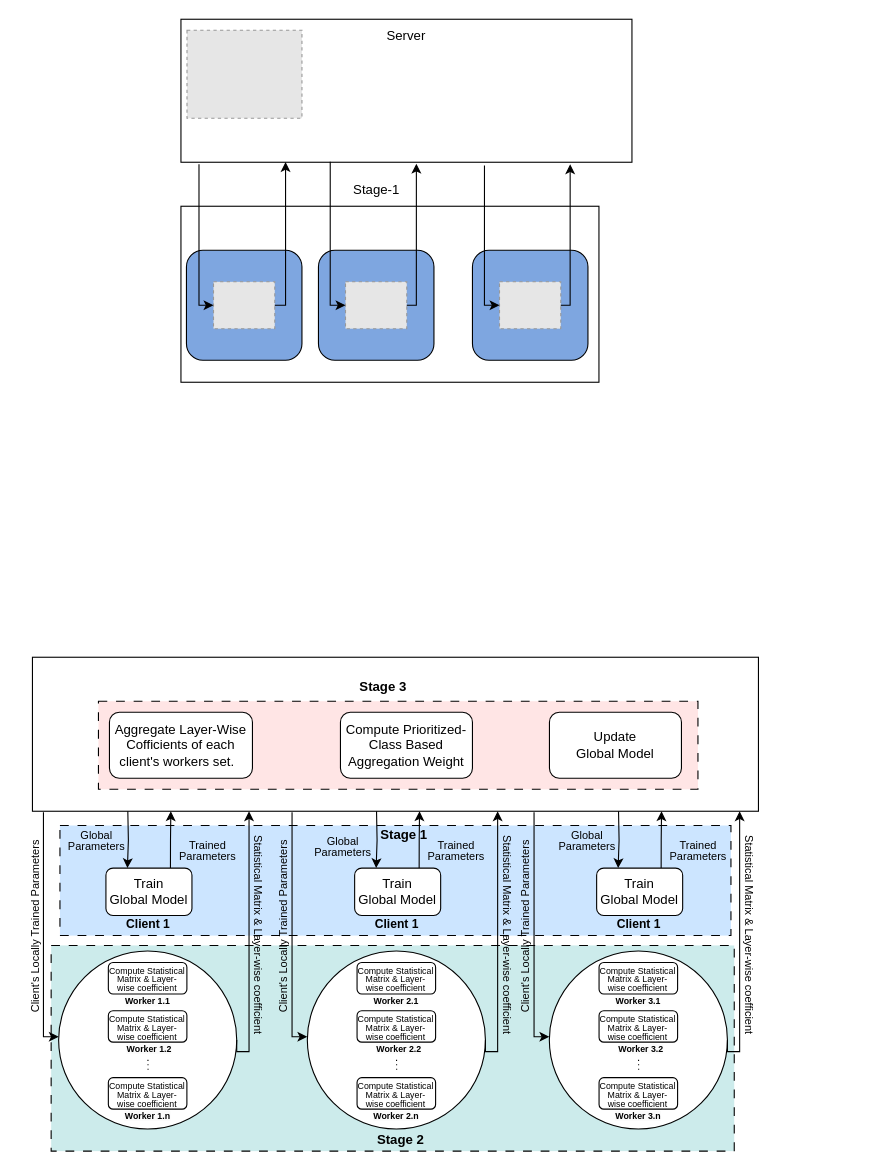
Earlier version of the draw.io diagram FedSat_FrameWork_Design.drawio (sujit880/Plotting_Graphs). Source tidied: cells renumbered, new cells numbered last; positions are measured from the earlier drawing's top-left corner, leaving out a move shared by most shapes. Both pictures are drawn from the tidied source at 110%, with x=0, y=0 at pixel (-63, 19). Pictures stored in the file or linked from it are replaced by grey dashed boxes.
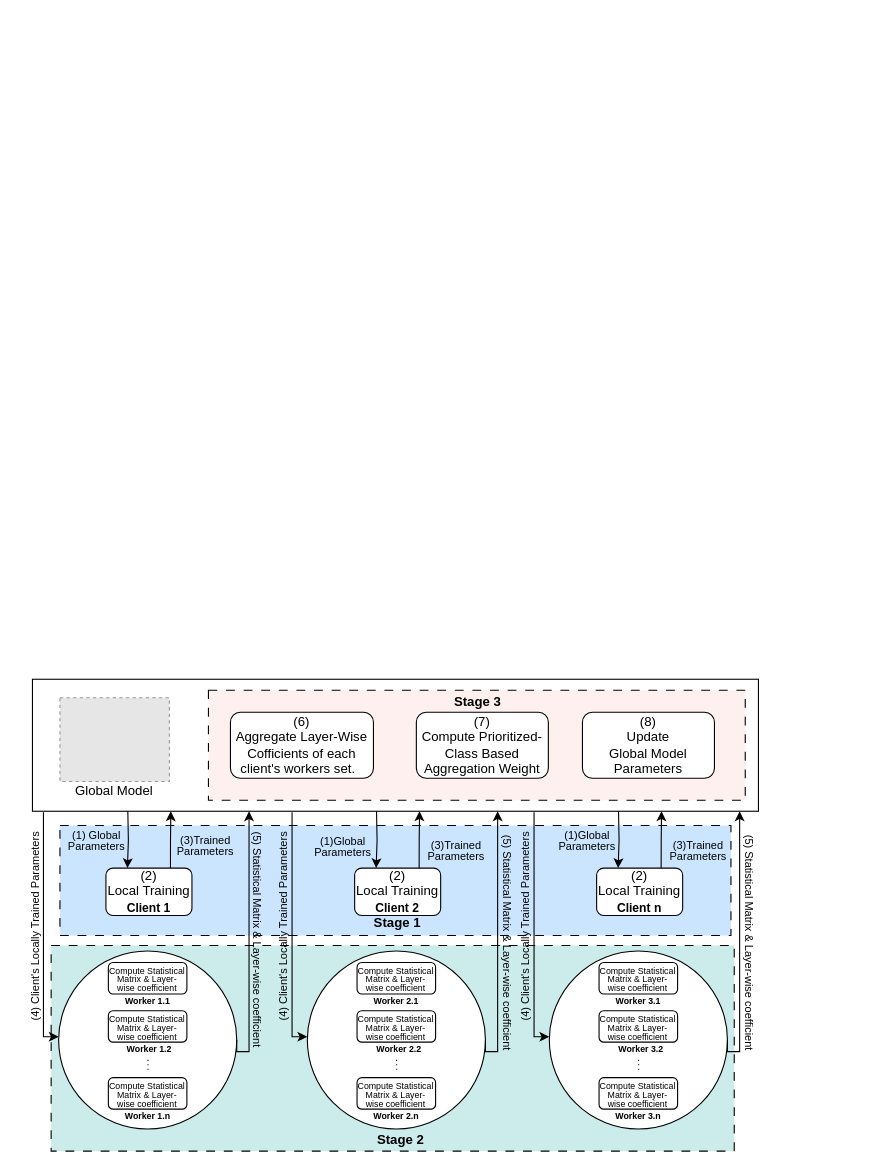
After the change.

The change refers to these unchanged cells:
```xml
<mxCell id="24" style="group;fontStyle=4;" parent="23" vertex="1">
  <mxGeometry x="23.8" width="185.8" height="310" as="geometry" />
</mxCell>
```

What changed in the source:
```diff
@@
-    <mxCell id="3" style="group;" parent="1" vertex="1">
-      <mxGeometry x="221" width="435" height="450" as="geometry" />
-    </mxCell>
-    <mxCell id="4" style="rounded=0;whiteSpace=wrap;html=1;" parent="3" vertex="1">
-      <mxGeometry width="410" height="130" as="geometry" />
-    </mxCell>
-    <mxCell id="5" value="Server" style="text;html=1;align=center;verticalAlign=middle;whiteSpace=wrap;rounded=0;" parent="3" vertex="1">
-      <mxGeometry x="175" width="60" height="30" as="geometry" />
-    </mxCell>
-    <mxCell id="6" style="rounded=0;whiteSpace=wrap;html=1;" parent="3" vertex="1">
-      <mxGeometry y="170" width="380" height="160" as="geometry" />
-    </mxCell>
-    <mxCell id="7" value="Stage-1" style="text;html=1;align=center;verticalAlign=middle;whiteSpace=wrap;rounded=0;" parent="3" vertex="1">
-      <mxGeometry x="147.5" y="140" width="60" height="30" as="geometry" />
-    </mxCell>
-    <mxCell id="8" style="rounded=1;whiteSpace=wrap;html=1;fillColor=#7EA6E0;" parent="3" vertex="1">
-      <mxGeometry x="5" y="210" width="105" height="100" as="geometry" />
-    </mxCell>
-    <mxCell id="9" style="rounded=1;whiteSpace=wrap;html=1;fillColor=#7EA6E0;" parent="3" vertex="1">
-      <mxGeometry x="125" y="210" width="105" height="100" as="geometry" />
-    </mxCell>
-    <mxCell id="10" style="rounded=1;whiteSpace=wrap;html=1;fillColor=#7EA6E0;" parent="3" vertex="1">
-      <mxGeometry x="265" y="210" width="105" height="100" as="geometry" />
-    </mxCell>
-    <mxCell id="11" style="fillColor=#E6E6E6;strokeColor=#999999;dashed=1;verticalLabelPosition=bottom;labelBackgroundColor=default;verticalAlign=top;" parent="3" vertex="1">
-      <mxGeometry x="29.6" y="238.7" width="55.7" height="42.6" as="geometry" />
-    </mxCell>
-    <mxCell id="12" style="fillColor=#E6E6E6;strokeColor=#999999;dashed=1;verticalLabelPosition=bottom;labelBackgroundColor=default;verticalAlign=top;" parent="3" vertex="1">
-      <mxGeometry x="149.6" y="238.7" width="55.7" height="42.6" as="geometry" />
-    </mxCell>
-    <mxCell id="13" style="fillColor=#E6E6E6;strokeColor=#999999;dashed=1;verticalLabelPosition=bottom;labelBackgroundColor=default;verticalAlign=top;" parent="3" vertex="1">
-      <mxGeometry x="289.6" y="238.7" width="55.7" height="42.6" as="geometry" />
-    </mxCell>
-    <mxCell id="14" style="edgeStyle=orthogonalEdgeStyle;rounded=0;jettySize=auto;html=1;exitX=1;exitY=0.5;exitDx=0;exitDy=0;entryX=0.261;entryY=0.304;entryDx=0;entryDy=0;entryPerimeter=0;" parent="3" edge="1" source="11">
-      <mxGeometry relative="1" as="geometry">
-        <mxPoint x="95.1" y="129.8" as="targetPoint" />
-        <Array as="points">
-          <mxPoint x="95" y="260" />
-        </Array>
-      </mxGeometry>
-    </mxCell>
-    <mxCell id="15" style="edgeStyle=orthogonalEdgeStyle;rounded=0;jettySize=auto;html=1;entryX=0;entryY=0.5;entryDx=0;entryDy=0;exitX=0.04;exitY=1.014;exitDx=0;exitDy=0;exitPerimeter=0;" parent="3" edge="1" source="4" target="11">
-      <mxGeometry relative="1" as="geometry">
-        <Array as="points">
-          <mxPoint x="16" y="260" />
-        </Array>
-      </mxGeometry>
-    </mxCell>
-    <mxCell id="16" style="edgeStyle=orthogonalEdgeStyle;rounded=0;jettySize=auto;html=1;exitX=0.331;exitY=0.997;exitDx=0;exitDy=0;entryX=0;entryY=0.5;entryDx=0;entryDy=0;exitPerimeter=0;" parent="3" edge="1" source="4" target="12">
-      <mxGeometry relative="1" as="geometry">
-        <Array as="points">
-          <mxPoint x="135" y="130" />
-          <mxPoint x="135" y="260" />
-        </Array>
-      </mxGeometry>
-    </mxCell>
-    <mxCell id="17" style="edgeStyle=orthogonalEdgeStyle;rounded=0;jettySize=auto;html=1;exitX=0.673;exitY=1.022;exitDx=0;exitDy=0;entryX=0;entryY=0.5;entryDx=0;entryDy=0;exitPerimeter=0;" parent="3" edge="1" source="4" target="13">
-      <mxGeometry relative="1" as="geometry">
-        <Array as="points">
-          <mxPoint x="275" y="133" />
-          <mxPoint x="275" y="260" />
-        </Array>
-      </mxGeometry>
-    </mxCell>
-    <mxCell id="18" style="fillColor=#E6E6E6;strokeColor=#999999;dashed=1;verticalLabelPosition=bottom;labelBackgroundColor=default;verticalAlign=top;" parent="3" vertex="1">
-      <mxGeometry x="5.5" y="10" width="104.5" height="80" as="geometry" />
-    </mxCell>
-    <mxCell id="19" style="edgeStyle=orthogonalEdgeStyle;rounded=0;jettySize=auto;html=1;exitX=1;exitY=0.5;exitDx=0;exitDy=0;entryX=0.522;entryY=1.01;entryDx=0;entryDy=0;entryPerimeter=0;" parent="3" edge="1" source="12" target="4">
-      <mxGeometry relative="1" as="geometry">
-        <Array as="points">
-          <mxPoint x="214" y="260" />
-        </Array>
-      </mxGeometry>
-    </mxCell>
-    <mxCell id="20" style="edgeStyle=orthogonalEdgeStyle;rounded=0;jettySize=auto;html=1;exitX=1;exitY=0.5;exitDx=0;exitDy=0;entryX=0.863;entryY=1.014;entryDx=0;entryDy=0;entryPerimeter=0;" parent="3" edge="1" source="13" target="4">
-      <mxGeometry relative="1" as="geometry">
-        <Array as="points">
-          <mxPoint x="354" y="260" />
-        </Array>
-      </mxGeometry>
-    </mxCell>
     <mxCell id="21" style="rounded=0;whiteSpace=wrap;html=1;" parent="1" vertex="1">
-      <mxGeometry x="86" y="580" width="660" height="140" as="geometry" />
+      <mxGeometry x="86" y="600" width="660" height="120" as="geometry" />
     </mxCell>
@@
     <mxCell id="23" style="group;" parent="1" vertex="1">
-      <mxGeometry x="93.3" y="720" width="233.5" height="310" as="geometry" />
+      <mxGeometry x="93.3" y="720" width="298.6" height="310" as="geometry" />
     </mxCell>
@@
-    <mxCell id="36" value="Train&lt;br&gt;Global Model" style="rounded=1;whiteSpace=wrap;html=1;" parent="24" vertex="1">
+    <mxCell id="36" value="&lt;div&gt;(2)&lt;/div&gt;Local Training&lt;div&gt;&lt;b style=&quot;font-size: 11px;&quot;&gt;Client 1&lt;/b&gt;&lt;br&gt;&lt;/div&gt;" style="rounded=1;whiteSpace=wrap;html=1;" parent="24" vertex="1">
       <mxGeometry x="35.7" y="51.7" width="78.2" height="43.1" as="geometry" />
     </mxCell>
@@
-    <mxCell id="38" value="&lt;p style=&quot;line-height: 70%;&quot;&gt;&lt;font style=&quot;font-size: 10px;&quot;&gt;Global Parameters&lt;/font&gt;&lt;/p&gt;" style="text;html=1;align=center;verticalAlign=middle;whiteSpace=wrap;rounded=0;" parent="24" vertex="1">
+    <mxCell id="38" value="&lt;p style=&quot;line-height: 70%;&quot;&gt;&lt;font style=&quot;font-size: 10px;&quot;&gt;(1)&amp;nbsp;&lt;/font&gt;&lt;span style=&quot;font-size: 10px; background-color: initial;&quot;&gt;Global Parameters&lt;/span&gt;&lt;/p&gt;" style="text;html=1;align=center;verticalAlign=middle;whiteSpace=wrap;rounded=0;" parent="24" vertex="1">
       <mxGeometry x="-2.4" y="10.8" width="58.7" height="32.3" as="geometry" />
     </mxCell>
-    <mxCell id="39" value="&lt;p style=&quot;line-height: 70%;&quot;&gt;&lt;font style=&quot;font-size: 10px;&quot;&gt;Trained Parameters&lt;/font&gt;&lt;/p&gt;" style="text;html=1;align=center;verticalAlign=middle;whiteSpace=wrap;rounded=0;" parent="24" vertex="1">
-      <mxGeometry x="99.3" y="19.4" width="58.7" height="32.3" as="geometry" />
+    <mxCell id="39" value="&lt;p style=&quot;line-height: 70%;&quot;&gt;&lt;font style=&quot;font-size: 10px;&quot;&gt;(3)Trained Parameters&lt;/font&gt;&lt;/p&gt;" style="text;html=1;align=center;verticalAlign=middle;whiteSpace=wrap;rounded=0;" parent="24" vertex="1">
+      <mxGeometry x="97.3" y="14.4" width="58.7" height="32.3" as="geometry" />
     </mxCell>
-    <mxCell id="40" value="&lt;font style=&quot;font-size: 11px;&quot;&gt;&lt;b&gt;Client 1&lt;/b&gt;&lt;/font&gt;" style="text;html=1;align=center;verticalAlign=middle;whiteSpace=wrap;rounded=0;" parent="24" vertex="1">
-      <mxGeometry x="48.3" y="88" width="53.1" height="30" as="geometry" />
-    </mxCell>
-    <mxCell id="41" value="&lt;font style=&quot;font-size: 10px;&quot;&gt;Client's Locally Trained Parameters&lt;/font&gt;" style="text;html=1;align=center;verticalAlign=middle;whiteSpace=wrap;rounded=0;rotation=270;" parent="23" vertex="1">
+    <mxCell id="41" value="&lt;font style=&quot;font-size: 10px;&quot;&gt;(4) Client's Locally Trained Parameters&lt;/font&gt;" style="text;html=1;align=center;verticalAlign=middle;whiteSpace=wrap;rounded=0;rotation=270;" parent="23" vertex="1">
       <mxGeometry x="-93.5" y="90" width="176.9" height="30" as="geometry" />
     </mxCell>
-    <mxCell id="42" value="&lt;font style=&quot;font-size: 10px;&quot;&gt;&lt;font style=&quot;&quot;&gt;Statistical Matrix &amp;amp;&amp;nbsp;&lt;/font&gt;&lt;span style=&quot;background-color: initial;&quot;&gt;Layer-wise coefficient&lt;/span&gt;&lt;/font&gt;" style="text;html=1;align=center;verticalAlign=middle;whiteSpace=wrap;rounded=0;rotation=90;" parent="23" vertex="1">
-      <mxGeometry x="102.6" y="97.4" width="191.7" height="30" as="geometry" />
+    <mxCell id="42" value="&lt;font style=&quot;font-size: 10px;&quot;&gt;&lt;font style=&quot;&quot;&gt;(5) Statistical Matrix &amp;amp;&amp;nbsp;&lt;/font&gt;&lt;span style=&quot;background-color: initial;&quot;&gt;Layer-wise coefficient&lt;/span&gt;&lt;/font&gt;" style="text;html=1;align=center;verticalAlign=middle;whiteSpace=wrap;rounded=0;rotation=90;" parent="23" vertex="1">
+      <mxGeometry x="98.3" y="101.7" width="200.2" height="30" as="geometry" />
     </mxCell>
@@
-    <mxCell id="45" style="rounded=0;whiteSpace=wrap;html=1;dashed=1;dashPattern=8 8;fillColor=#FFCCCC;fillOpacity=50;" parent="1" vertex="1">
-      <mxGeometry x="146" y="620" width="545" height="80" as="geometry" />
+    <mxCell id="45" style="rounded=0;whiteSpace=wrap;html=1;dashed=1;dashPattern=8 8;fillColor=#FFCCCC;fillOpacity=30;strokeOpacity=100;" parent="1" vertex="1">
+      <mxGeometry x="246" y="610" width="488" height="100" as="geometry" />
     </mxCell>
     <mxCell id="46" style="group;strokeOpacity=100;" parent="1" vertex="1">
-      <mxGeometry x="299.3" y="720" width="233.5" height="288.9" as="geometry" />
+      <mxGeometry x="299.3" y="720" width="322.2" height="288.9" as="geometry" />
     </mxCell>
@@
-    <mxCell id="57" value="Train&lt;br&gt;Global Model" style="rounded=1;whiteSpace=wrap;html=1;" parent="46" vertex="1">
+    <mxCell id="57" value="&lt;div&gt;(2)&lt;/div&gt;Local Training&lt;div&gt;&lt;b style=&quot;font-size: 11px;&quot;&gt;Client 2&lt;/b&gt;&lt;/div&gt;" style="rounded=1;whiteSpace=wrap;html=1;" parent="46" vertex="1">
       <mxGeometry x="79.6" y="51.7" width="78.2" height="43.1" as="geometry" />
     </mxCell>
@@
-    <mxCell id="59" value="&lt;p style=&quot;line-height: 70%;&quot;&gt;&lt;font style=&quot;font-size: 10px;&quot;&gt;Global Parameters&lt;/font&gt;&lt;/p&gt;" style="text;html=1;align=center;verticalAlign=middle;whiteSpace=wrap;rounded=0;" parent="46" vertex="1">
+    <mxCell id="59" value="&lt;p style=&quot;line-height: 70%;&quot;&gt;&lt;font style=&quot;font-size: 10px;&quot;&gt;(1)Global Parameters&lt;/font&gt;&lt;/p&gt;" style="text;html=1;align=center;verticalAlign=middle;whiteSpace=wrap;rounded=0;" parent="46" vertex="1">
       <mxGeometry x="39.4" y="15.8" width="58.7" height="32.3" as="geometry" />
     </mxCell>
-    <mxCell id="60" value="&lt;p style=&quot;line-height: 70%;&quot;&gt;&lt;font style=&quot;font-size: 10px;&quot;&gt;Trained Parameters&lt;/font&gt;&lt;/p&gt;" style="text;html=1;align=center;verticalAlign=middle;whiteSpace=wrap;rounded=0;" parent="46" vertex="1">
+    <mxCell id="60" value="&lt;p style=&quot;line-height: 70%;&quot;&gt;&lt;font style=&quot;font-size: 10px;&quot;&gt;(3)Trained Parameters&lt;/font&gt;&lt;/p&gt;" style="text;html=1;align=center;verticalAlign=middle;whiteSpace=wrap;rounded=0;" parent="46" vertex="1">
       <mxGeometry x="143.1" y="19.4" width="58.7" height="32.3" as="geometry" />
     </mxCell>
-    <mxCell id="61" value="&lt;font style=&quot;font-size: 11px;&quot;&gt;&lt;b&gt;Client 1&lt;/b&gt;&lt;/font&gt;" style="text;html=1;align=center;verticalAlign=middle;whiteSpace=wrap;rounded=0;" parent="46" vertex="1">
-      <mxGeometry x="92.1" y="88" width="53.1" height="30" as="geometry" />
-    </mxCell>
-    <mxCell id="62" value="&lt;font style=&quot;font-size: 10px;&quot;&gt;Client's Locally Trained Parameters&lt;/font&gt;" style="text;html=1;align=center;verticalAlign=middle;whiteSpace=wrap;rounded=0;rotation=270;" parent="46" vertex="1">
+    <mxCell id="62" value="&lt;font style=&quot;font-size: 10px;&quot;&gt;(4) Client's Locally Trained Parameters&lt;/font&gt;" style="text;html=1;align=center;verticalAlign=middle;whiteSpace=wrap;rounded=0;rotation=270;" parent="46" vertex="1">
       <mxGeometry x="-73.5" y="90" width="176.9" height="30" as="geometry" />
     </mxCell>
-    <mxCell id="63" value="&lt;font style=&quot;font-size: 10px;&quot;&gt;&lt;font style=&quot;&quot;&gt;Statistical Matrix &amp;amp;&amp;nbsp;&lt;/font&gt;&lt;span style=&quot;background-color: initial;&quot;&gt;Layer-wise coefficient&lt;/span&gt;&lt;/font&gt;" style="text;html=1;align=center;verticalAlign=middle;whiteSpace=wrap;rounded=0;rotation=90;" parent="46" vertex="1">
-      <mxGeometry x="122.6" y="97.4" width="191.7" height="30" as="geometry" />
+    <mxCell id="63" value="&lt;font style=&quot;font-size: 10px;&quot;&gt;&lt;font style=&quot;&quot;&gt;(5) Statistical Matrix &amp;amp;&amp;nbsp;&lt;/font&gt;&lt;span style=&quot;background-color: initial;&quot;&gt;Layer-wise coefficient&lt;/span&gt;&lt;/font&gt;" style="text;html=1;align=center;verticalAlign=middle;whiteSpace=wrap;rounded=0;rotation=90;" parent="46" vertex="1">
+      <mxGeometry x="114.8" y="105.2" width="207.4" height="30" as="geometry" />
     </mxCell>
@@
+    <mxCell id="91" value="&lt;b&gt;Stage 1&lt;/b&gt;" style="text;html=1;align=center;verticalAlign=middle;whiteSpace=wrap;rounded=0;" parent="46" vertex="1">
+      <mxGeometry x="88.7" y="87" width="60" height="30" as="geometry" />
+    </mxCell>
     <mxCell id="66" style="group;" parent="1" vertex="1">
-      <mxGeometry x="519.3" y="720" width="233.5" height="288.9" as="geometry" />
+      <mxGeometry x="519.3" y="720" width="322.2" height="288.9" as="geometry" />
     </mxCell>
@@
-    <mxCell id="77" value="Train&lt;br&gt;Global Model" style="rounded=1;whiteSpace=wrap;html=1;" parent="66" vertex="1">
+    <mxCell id="77" value="&lt;div&gt;(2)&lt;/div&gt;Local Training&lt;div&gt;&lt;b style=&quot;font-size: 11px;&quot;&gt;Client n&lt;/b&gt;&lt;/div&gt;" style="rounded=1;whiteSpace=wrap;html=1;" parent="66" vertex="1">
       <mxGeometry x="79.6" y="51.7" width="78.2" height="43.1" as="geometry" />
     </mxCell>
@@
-    <mxCell id="79" value="&lt;p style=&quot;line-height: 70%;&quot;&gt;&lt;font style=&quot;font-size: 10px;&quot;&gt;Global Parameters&lt;/font&gt;&lt;/p&gt;" style="text;html=1;align=center;verticalAlign=middle;whiteSpace=wrap;rounded=0;" parent="66" vertex="1">
+    <mxCell id="79" value="&lt;p style=&quot;line-height: 70%;&quot;&gt;&lt;font style=&quot;font-size: 10px;&quot;&gt;(1)Global Parameters&lt;/font&gt;&lt;/p&gt;" style="text;html=1;align=center;verticalAlign=middle;whiteSpace=wrap;rounded=0;" parent="66" vertex="1">
       <mxGeometry x="41.4" y="10.8" width="58.7" height="32.3" as="geometry" />
     </mxCell>
-    <mxCell id="80" value="&lt;p style=&quot;line-height: 70%;&quot;&gt;&lt;font style=&quot;font-size: 10px;&quot;&gt;Trained Parameters&lt;/font&gt;&lt;/p&gt;" style="text;html=1;align=center;verticalAlign=middle;whiteSpace=wrap;rounded=0;" parent="66" vertex="1">
+    <mxCell id="80" value="&lt;p style=&quot;line-height: 70%;&quot;&gt;&lt;font style=&quot;font-size: 10px;&quot;&gt;(3)Trained Parameters&lt;/font&gt;&lt;/p&gt;" style="text;html=1;align=center;verticalAlign=middle;whiteSpace=wrap;rounded=0;" parent="66" vertex="1">
       <mxGeometry x="143.1" y="19.4" width="58.7" height="32.3" as="geometry" />
     </mxCell>
-    <mxCell id="81" value="&lt;font style=&quot;font-size: 11px;&quot;&gt;&lt;b&gt;Client 1&lt;/b&gt;&lt;/font&gt;" style="text;html=1;align=center;verticalAlign=middle;whiteSpace=wrap;rounded=0;" parent="66" vertex="1">
-      <mxGeometry x="92.1" y="88" width="53.1" height="30" as="geometry" />
-    </mxCell>
-    <mxCell id="82" value="&lt;font style=&quot;font-size: 10px;&quot;&gt;Client's Locally Trained Parameters&lt;/font&gt;" style="text;html=1;align=center;verticalAlign=middle;whiteSpace=wrap;rounded=0;rotation=270;" parent="66" vertex="1">
+    <mxCell id="82" value="&lt;font style=&quot;font-size: 10px;&quot;&gt;(4) Client's Locally Trained Parameters&lt;/font&gt;" style="text;html=1;align=center;verticalAlign=middle;whiteSpace=wrap;rounded=0;rotation=270;" parent="66" vertex="1">
       <mxGeometry x="-73.5" y="90" width="176.9" height="30" as="geometry" />
     </mxCell>
-    <mxCell id="83" value="&lt;font style=&quot;font-size: 10px;&quot;&gt;&lt;font style=&quot;&quot;&gt;Statistical Matrix &amp;amp;&amp;nbsp;&lt;/font&gt;&lt;span style=&quot;background-color: initial;&quot;&gt;Layer-wise coefficient&lt;/span&gt;&lt;/font&gt;" style="text;html=1;align=center;verticalAlign=middle;whiteSpace=wrap;rounded=0;rotation=90;" parent="66" vertex="1">
-      <mxGeometry x="122.6" y="97.4" width="191.7" height="30" as="geometry" />
+    <mxCell id="83" value="&lt;font style=&quot;font-size: 10px;&quot;&gt;&lt;font style=&quot;&quot;&gt;(5) Statistical Matrix &amp;amp;&amp;nbsp;&lt;/font&gt;&lt;span style=&quot;background-color: initial;&quot;&gt;Layer-wise coefficient&lt;/span&gt;&lt;/font&gt;" style="text;html=1;align=center;verticalAlign=middle;whiteSpace=wrap;rounded=0;rotation=90;" parent="66" vertex="1">
+      <mxGeometry x="114.8" y="105.2" width="207.4" height="30" as="geometry" />
     </mxCell>
@@
-    <mxCell id="86" value="Aggregate Layer-Wise Cofficients of each client's workers set.&amp;nbsp;&amp;nbsp;" style="rounded=1;whiteSpace=wrap;html=1;" parent="1" vertex="1">
-      <mxGeometry x="156" y="630" width="130" height="60" as="geometry" />
+    <mxCell id="86" value="&lt;div&gt;(6)&lt;/div&gt;Aggregate Layer-Wise Cofficients of each client's workers set.&amp;nbsp;&amp;nbsp;" style="rounded=1;whiteSpace=wrap;html=1;" parent="1" vertex="1">
+      <mxGeometry x="266" y="630" width="130" height="60" as="geometry" />
     </mxCell>
-    <mxCell id="87" value="Compute Prioritized-Class Based Aggregation Weight" style="rounded=1;whiteSpace=wrap;html=1;" parent="1" vertex="1">
-      <mxGeometry x="366" y="630" width="120" height="60" as="geometry" />
+    <mxCell id="87" value="&lt;div&gt;(7)&lt;/div&gt;Compute Prioritized-Class Based Aggregation Weight" style="rounded=1;whiteSpace=wrap;html=1;" parent="1" vertex="1">
+      <mxGeometry x="435" y="630" width="120" height="60" as="geometry" />
     </mxCell>
-    <mxCell id="88" value="Update&lt;br&gt;Global Model" style="rounded=1;whiteSpace=wrap;html=1;" parent="1" vertex="1">
-      <mxGeometry x="556" y="630" width="120" height="60" as="geometry" />
+    <mxCell id="88" value="&lt;div&gt;(8)&lt;/div&gt;Update&lt;br&gt;Global Model Parameters" style="rounded=1;whiteSpace=wrap;html=1;" parent="1" vertex="1">
+      <mxGeometry x="586" y="630" width="120" height="60" as="geometry" />
     </mxCell>
     <mxCell id="89" value="&lt;b&gt;Stage 3&lt;/b&gt;" style="text;html=1;align=center;verticalAlign=middle;whiteSpace=wrap;rounded=0;" parent="1" vertex="1">
-      <mxGeometry x="375" y="592" width="60" height="30" as="geometry" />
+      <mxGeometry x="461" y="606" width="60" height="30" as="geometry" />
     </mxCell>
@@
-    <mxCell id="91" value="&lt;b&gt;Stage 1&lt;/b&gt;" style="text;html=1;align=center;verticalAlign=middle;whiteSpace=wrap;rounded=0;" parent="1" vertex="1">
-      <mxGeometry x="394" y="727" width="60" height="30" as="geometry" />
-    </mxCell>
+    <mxCell id="92" style="fillColor=#E6E6E6;strokeColor=#999999;dashed=1;verticalLabelPosition=bottom;labelBackgroundColor=default;verticalAlign=top;" parent="1" vertex="1">
+      <mxGeometry x="111" y="616.8" width="99.5" height="76.2" as="geometry" />
+    </mxCell>
+    <mxCell id="93" value="Global Model" style="text;html=1;align=center;verticalAlign=middle;whiteSpace=wrap;rounded=0;" parent="1" vertex="1">
+      <mxGeometry x="123.1" y="687" width="75.2" height="30" as="geometry" />
+    </mxCell>
```
